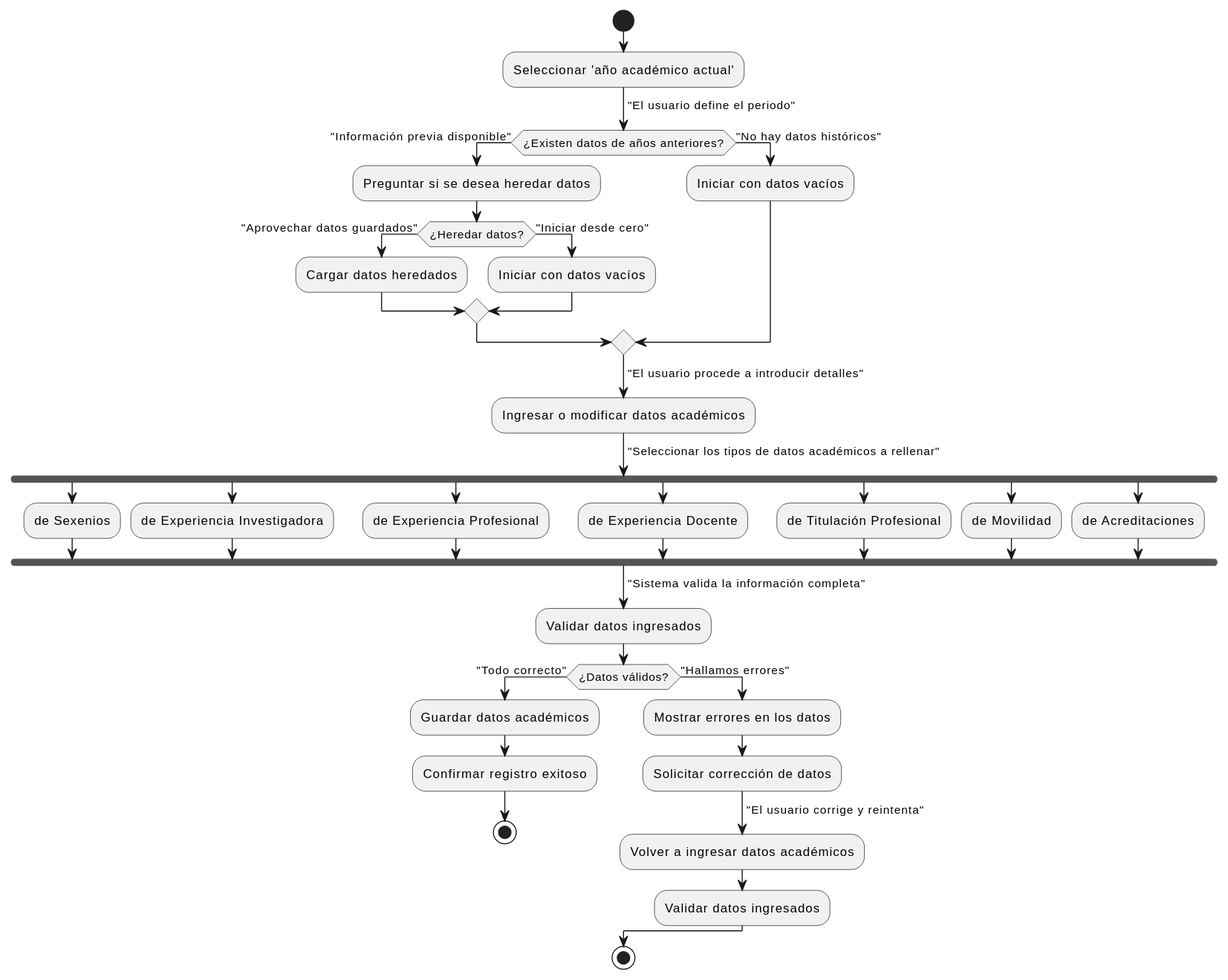
This is images/modelosUML/CdU/DetallarCasosDeUso/Profesores/IntroducirDatosAcademicos.svg from mmasias/24-25-IdSw1-SDR, a PlantUML export, as it was before one commit. Its diagram source:
```plantuml
@startuml
start
:Seleccionar 'año académico actual';
-> "El usuario define el periodo";

if (¿Existen datos de años anteriores?) then (Sí)
  -> "Información previa disponible";
  :Preguntar si se desea heredar datos;
  if (¿Heredar datos?) then (Sí)
    -> "Aprovechar datos guardados";
    :Cargar datos heredados;
  else (No)
    -> "Iniciar desde cero";
    :Iniciar con datos vacíos;
  endif
else (No)
  -> "No hay datos históricos";
  :Iniciar con datos vacíos;
endif

-> "El usuario procede a introducir detalles";
:Ingresar o modificar datos académicos;
-> "Seleccionar los tipos de datos académicos a rellenar";

fork
  :de Sexenios;
fork again
  :de Experiencia Investigadora;
fork again
  :de Experiencia Profesional;
fork again
  :de Experiencia Docente;
fork again
  :de Titulación Profesional;
fork again
  :de Movilidad;
fork again
  :de Acreditaciones;
end fork

-> "Sistema valida la información completa";
:Validar datos ingresados;

if (¿Datos válidos?) then (Sí)
  -> "Todo correcto";
  :Guardar datos académicos;
  :Confirmar registro exitoso;
  stop
else (No)
  -> "Hallamos errores";
  :Mostrar errores en los datos;
  :Solicitar corrección de datos;
  -> "El usuario corrige y reintenta";
  :Volver a ingresar datos académicos;
  :Validar datos ingresados;
endif

stop
@enduml
```
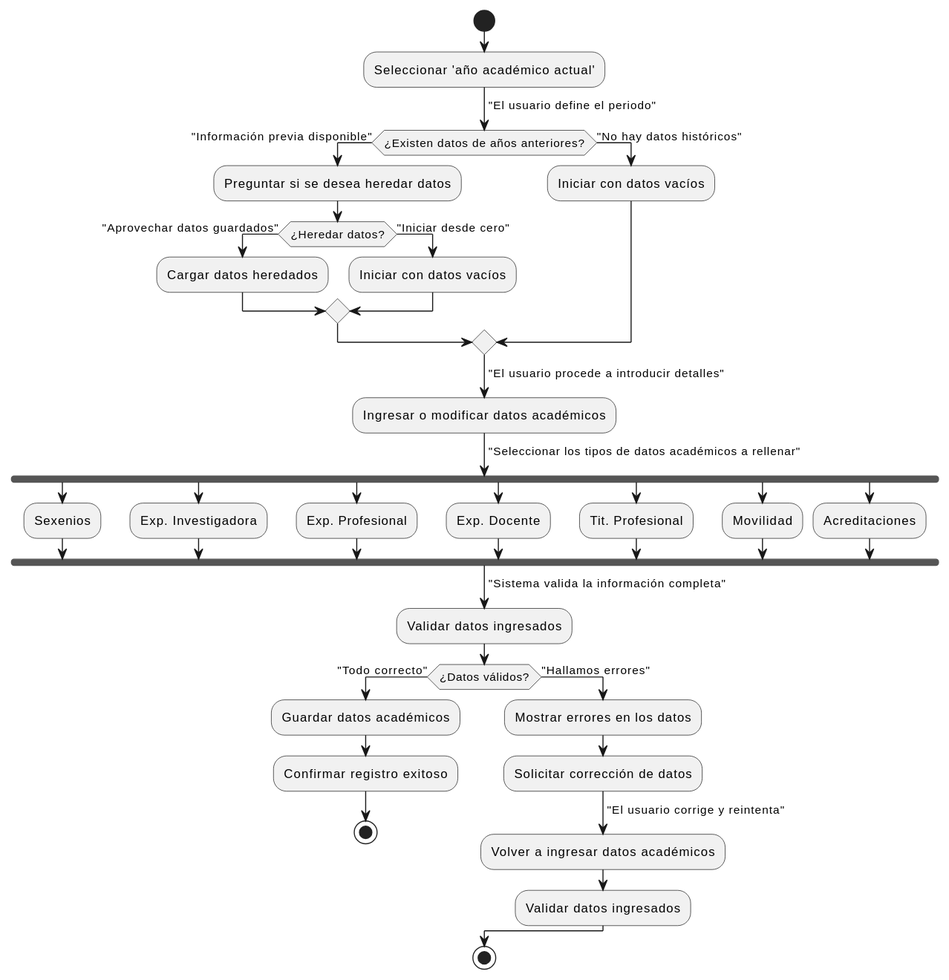
After the change.

Diff of the diagram source:
```diff
@@ -23,19 +23,19 @@
 -> "Seleccionar los tipos de datos académicos a rellenar";
 
 fork
-  :de Sexenios;
+  :Sexenios;
 fork again
-  :de Experiencia Investigadora;
+  :Exp. Investigadora;
 fork again
-  :de Experiencia Profesional;
+  :Exp. Profesional;
 fork again
-  :de Experiencia Docente;
+  :Exp. Docente;
 fork again
-  :de Titulación Profesional;
+  :Tit. Profesional;
 fork again
-  :de Movilidad;
+  :Movilidad;
 fork again
-  :de Acreditaciones;
+  :Acreditaciones;
 end fork
 
 -> "Sistema valida la información completa";
```
